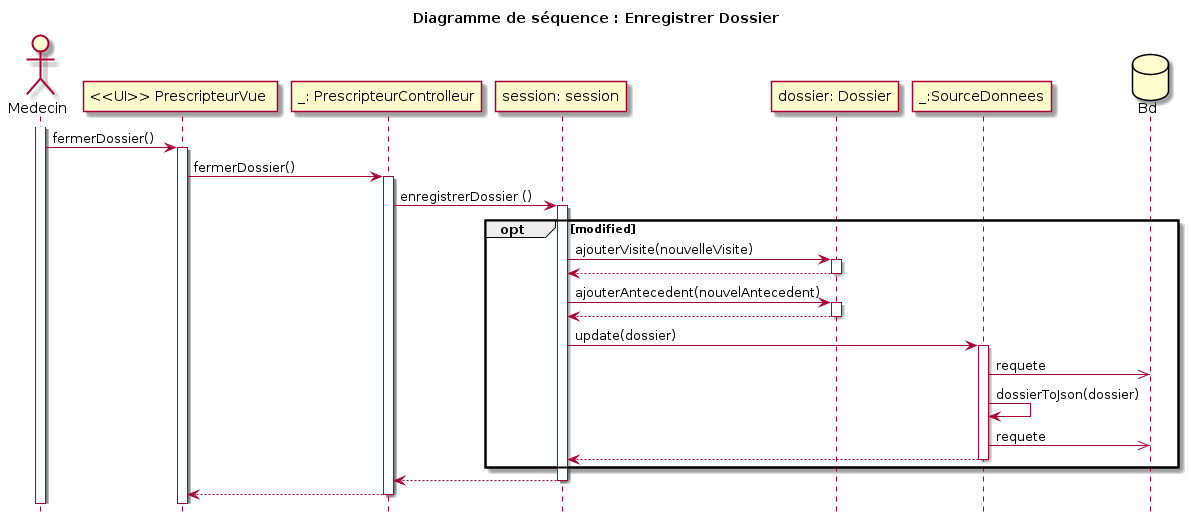
fethiuqam/INF5153-Projet-Session keeps this PlantUML diagram as models/Diagramme_Sequences/Enregistrer_dossier/sequence_diagram_enregistrer_dossier.png. Above is the earlier version.
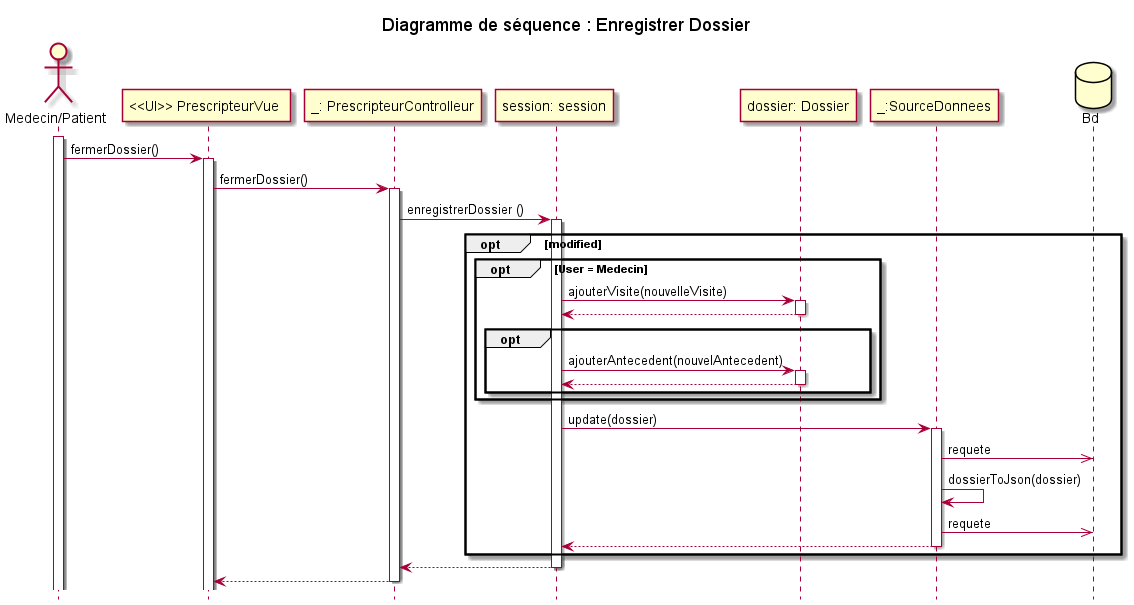
The same diagram one commit later.

Commit message:
modification diagram deploiement systeme + diagram sequence "enregistrer dossier"

Diff of the diagram source:
```diff
@@ -3,7 +3,7 @@
 title Diagramme de séquence : Enregistrer Dossier
 hide footbox
 
-actor "Medecin" as doc
+actor "Medecin/Patient" as doc
 
 participant "<<UI>> PrescripteurVue " as pv
 participant "_: PrescripteurControlleur" as pc
@@ -20,21 +20,25 @@
 pc -> ses : enregistrerDossier ()
 activate ses
 opt modified
-ses -> do : ajouterVisite(nouvelleVisite)
-activate do
-do --> ses
-deactivate do
-ses -> do : ajouterAntecedent(nouvelAntecedent)
-activate do
-do --> ses
-deactivate do
-ses -> sd : update(dossier)
-activate sd
-sd ->> bd : requete
-sd -> sd : dossierToJson(dossier)
-sd ->> bd : requete
-sd --> ses
-deactivate sd
+    opt User = Medecin
+        ses -> do : ajouterVisite(nouvelleVisite)
+        activate do
+        do --> ses
+        deactivate do
+        opt
+            ses -> do : ajouterAntecedent(nouvelAntecedent)
+            activate do
+            do --> ses
+            deactivate do
+        end
+    end
+    ses -> sd : update(dossier)
+    activate sd
+    sd ->> bd : requete
+    sd -> sd : dossierToJson(dossier)
+    sd ->> bd : requete
+    sd --> ses
+    deactivate sd
 end
 
 ses --> pc
@@ -43,5 +47,4 @@
 deactivate pc
 
 
-
 @enduml
```
